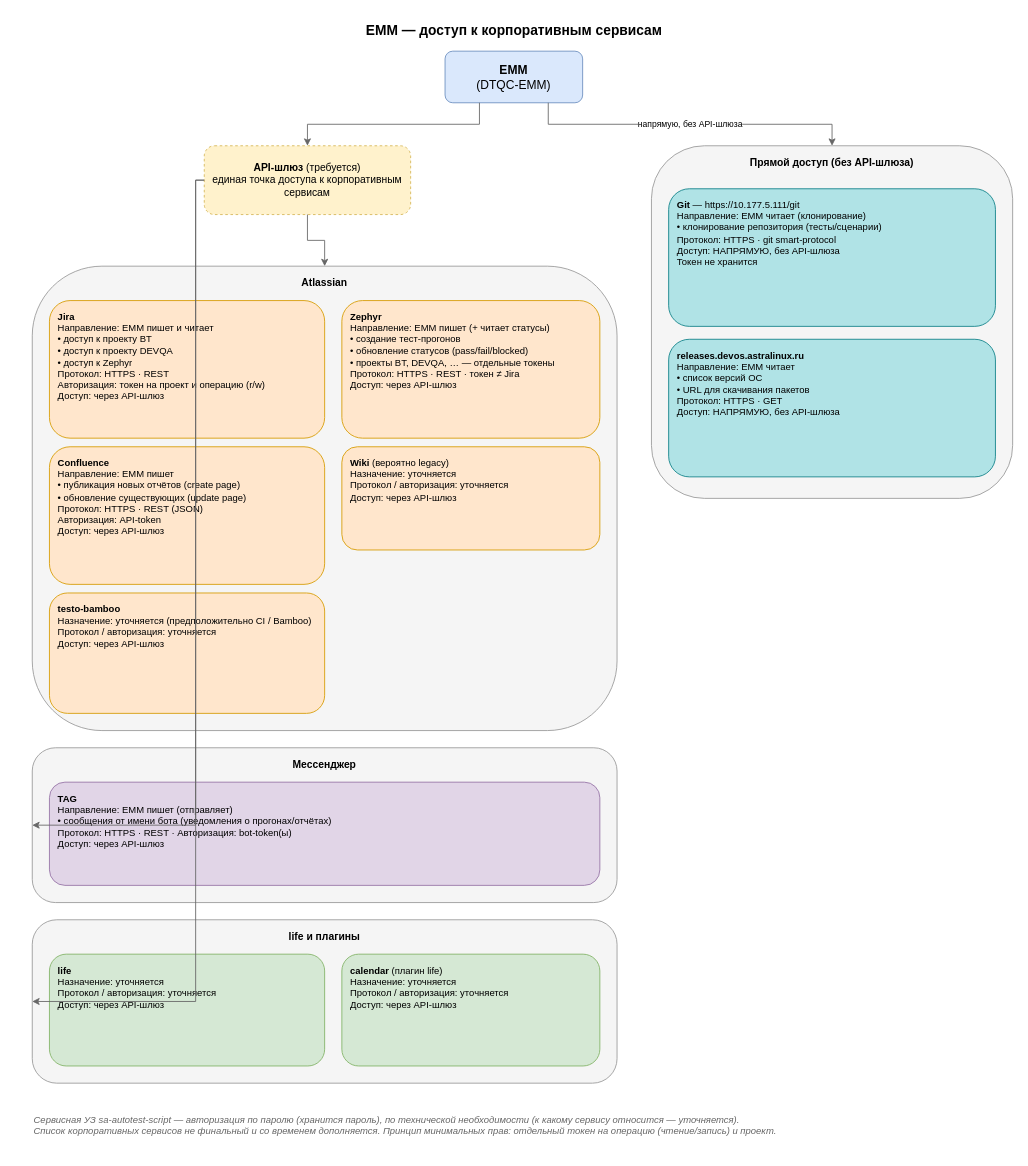
The draw.io diagram dbos_server_service/diagrams/external-integrations.drawio in N2OCaKeS/stress_test, before the edit. Source tidied: cells renumbered, new cells numbered last; positions are measured from the earlier drawing's top-left corner, leaving out a move shared by most shapes. Both pictures are drawn from the tidied source at 86%, with x=0, y=0 at pixel (15, 16).
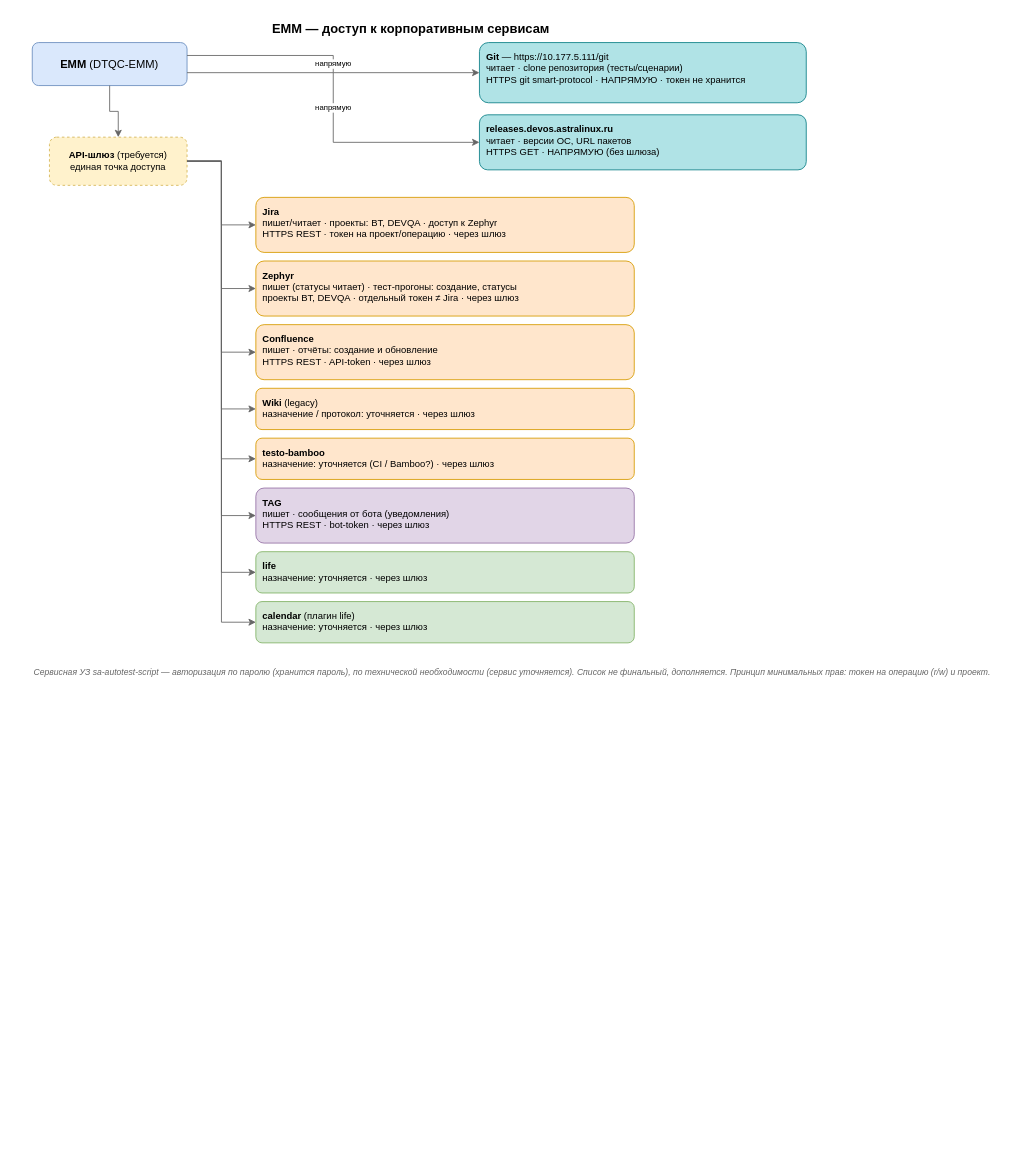
Above is the later version.

Commit message:
compact layout ordered by family color

Diff of the diagram source:
```diff
@@
-    <mxCell id="2" value="EMM — доступ к корпоративным сервисам" style="text;html=1;align=center;fontSize=16;fontStyle=1;" parent="1" vertex="1">
-      <mxGeometry width="1160" height="30" as="geometry" />
+    <mxCell id="2" value="EMM — доступ к корпоративным сервисам" style="text;html=1;align=center;fontSize=15;fontStyle=1;" parent="1" vertex="1">
+      <mxGeometry y="-2" width="920" height="24" as="geometry" />
     </mxCell>
-    <mxCell id="3" value="&lt;b&gt;EMM&lt;/b&gt;&lt;br&gt;(DTQC-EMM)" style="rounded=1;whiteSpace=wrap;html=1;fillColor=#dae8fc;strokeColor=#6c8ebf;fontSize=14;" parent="1" vertex="1">
-      <mxGeometry x="500" y="40" width="160" height="60" as="geometry" />
+    <mxCell id="3" value="&lt;b&gt;EMM&lt;/b&gt; (DTQC-EMM)" style="rounded=1;whiteSpace=wrap;html=1;fillColor=#dae8fc;strokeColor=#6c8ebf;fontSize=13;" parent="1" vertex="1">
+      <mxGeometry x="20" y="30" width="180" height="50" as="geometry" />
     </mxCell>
-    <mxCell id="4" value="&lt;b&gt;API-шлюз&lt;/b&gt; (требуется)&lt;br&gt;единая точка доступа к корпоративным сервисам" style="rounded=1;whiteSpace=wrap;html=1;fillColor=#fff2cc;strokeColor=#d6b656;dashed=1;fontSize=12;" parent="1" vertex="1">
-      <mxGeometry x="220" y="150" width="240" height="80" as="geometry" />
+    <mxCell id="4" value="&lt;b&gt;API-шлюз&lt;/b&gt; (требуется)&lt;br&gt;единая точка доступа" style="rounded=1;whiteSpace=wrap;html=1;fillColor=#fff2cc;strokeColor=#d6b656;dashed=1;fontSize=11;" parent="1" vertex="1">
+      <mxGeometry x="40" y="140" width="160" height="56" as="geometry" />
     </mxCell>
-    <mxCell id="5" value="Прямой доступ (без API-шлюза)" style="rounded=1;whiteSpace=wrap;html=1;fillColor=#f5f5f5;strokeColor=#999999;verticalAlign=top;align=center;fontStyle=1;spacingTop=6;" parent="1" vertex="1">
-      <mxGeometry x="740" y="150" width="420" height="410" as="geometry" />
-    </mxCell>
-    <mxCell id="6" value="&lt;b&gt;Git&lt;/b&gt; — https://10.177.5.111/git&lt;br&gt;Направление: EMM читает (клонирование)&lt;br&gt;• клонирование репозитория (тесты/сценарии)&lt;br&gt;Протокол: HTTPS · git smart-protocol&lt;br&gt;Доступ: НАПРЯМУЮ, без API-шлюза&lt;br&gt;Токен не хранится" style="rounded=1;whiteSpace=wrap;html=1;fillColor=#b0e3e6;strokeColor=#0e8088;align=left;verticalAlign=top;spacingLeft=8;spacingTop=6;fontSize=11;" parent="1" vertex="1">
-      <mxGeometry x="760" y="200" width="380" height="160" as="geometry" />
+    <mxCell id="6" value="&lt;b&gt;Git&lt;/b&gt; — https://10.177.5.111/git&lt;br&gt;читает · clone репозитория (тесты/сценарии)&lt;br&gt;HTTPS git smart-protocol · НАПРЯМУЮ · токен не хранится" style="rounded=1;whiteSpace=wrap;html=1;fillColor=#b0e3e6;strokeColor=#0e8088;align=left;verticalAlign=top;spacingLeft=6;spacingTop=4;fontSize=11;" parent="1" vertex="1">
+      <mxGeometry x="540" y="30" width="380" height="70" as="geometry" />
     </mxCell>
-    <mxCell id="7" value="&lt;b&gt;releases.devos.astralinux.ru&lt;/b&gt;&lt;br&gt;Направление: EMM читает&lt;br&gt;• список версий ОС&lt;br&gt;• URL для скачивания пакетов&lt;br&gt;Протокол: HTTPS · GET&lt;br&gt;Доступ: НАПРЯМУЮ, без API-шлюза" style="rounded=1;whiteSpace=wrap;html=1;fillColor=#b0e3e6;strokeColor=#0e8088;align=left;verticalAlign=top;spacingLeft=8;spacingTop=6;fontSize=11;" parent="1" vertex="1">
-      <mxGeometry x="760" y="375" width="380" height="160" as="geometry" />
+    <mxCell id="7" value="&lt;b&gt;releases.devos.astralinux.ru&lt;/b&gt;&lt;br&gt;читает · версии ОС, URL пакетов&lt;br&gt;HTTPS GET · НАПРЯМУЮ (без шлюза)" style="rounded=1;whiteSpace=wrap;html=1;fillColor=#b0e3e6;strokeColor=#0e8088;align=left;verticalAlign=top;spacingLeft=6;spacingTop=4;fontSize=11;" parent="1" vertex="1">
+      <mxGeometry x="540" y="114" width="380" height="64" as="geometry" />
     </mxCell>
-    <mxCell id="8" value="Atlassian" style="rounded=1;whiteSpace=wrap;html=1;fillColor=#f5f5f5;strokeColor=#999999;verticalAlign=top;align=center;fontStyle=1;spacingTop=6;" parent="1" vertex="1">
-      <mxGeometry x="20" y="290" width="680" height="540" as="geometry" />
-    </mxCell>
-    <mxCell id="9" value="&lt;b&gt;Jira&lt;/b&gt;&lt;br&gt;Направление: EMM пишет и читает&lt;br&gt;• доступ к проекту BT&lt;br&gt;• доступ к проекту DEVQA&lt;br&gt;• доступ к Zephyr&lt;br&gt;Протокол: HTTPS · REST&lt;br&gt;Авторизация: токен на проект и операцию (r/w)&lt;br&gt;Доступ: через API-шлюз" style="rounded=1;whiteSpace=wrap;html=1;fillColor=#ffe6cc;strokeColor=#d79b00;align=left;verticalAlign=top;spacingLeft=8;spacingTop=6;fontSize=11;" parent="1" vertex="1">
-      <mxGeometry x="40" y="330" width="320" height="160" as="geometry" />
+    <mxCell id="9" value="&lt;b&gt;Jira&lt;/b&gt;&lt;br&gt;пишет/читает · проекты: BT, DEVQA · доступ к Zephyr&lt;br&gt;HTTPS REST · токен на проект/операцию · через шлюз" style="rounded=1;whiteSpace=wrap;html=1;fillColor=#ffe6cc;strokeColor=#d79b00;align=left;verticalAlign=top;spacingLeft=6;spacingTop=4;fontSize=11;" parent="1" vertex="1">
+      <mxGeometry x="280" y="210" width="440" height="64" as="geometry" />
     </mxCell>
-    <mxCell id="10" value="&lt;b&gt;Zephyr&lt;/b&gt;&lt;br&gt;Направление: EMM пишет (+ читает статусы)&lt;br&gt;• создание тест-прогонов&lt;br&gt;• обновление статусов (pass/fail/blocked)&lt;br&gt;• проекты BT, DEVQA, … — отдельные токены&lt;br&gt;Протокол: HTTPS · REST · токен ≠ Jira&lt;br&gt;Доступ: через API-шлюз" style="rounded=1;whiteSpace=wrap;html=1;fillColor=#ffe6cc;strokeColor=#d79b00;align=left;verticalAlign=top;spacingLeft=8;spacingTop=6;fontSize=11;" parent="1" vertex="1">
-      <mxGeometry x="380" y="330" width="300" height="160" as="geometry" />
+    <mxCell id="10" value="&lt;b&gt;Zephyr&lt;/b&gt;&lt;br&gt;пишет (статусы читает) · тест-прогоны: создание, статусы&lt;br&gt;проекты BT, DEVQA · отдельный токен ≠ Jira · через шлюз" style="rounded=1;whiteSpace=wrap;html=1;fillColor=#ffe6cc;strokeColor=#d79b00;align=left;verticalAlign=top;spacingLeft=6;spacingTop=4;fontSize=11;" parent="1" vertex="1">
+      <mxGeometry x="280" y="284" width="440" height="64" as="geometry" />
     </mxCell>
-    <mxCell id="11" value="&lt;b&gt;Confluence&lt;/b&gt;&lt;br&gt;Направление: EMM пишет&lt;br&gt;• публикация новых отчётов (create page)&lt;br&gt;• обновление существующих (update page)&lt;br&gt;Протокол: HTTPS · REST (JSON)&lt;br&gt;Авторизация: API-token&lt;br&gt;Доступ: через API-шлюз" style="rounded=1;whiteSpace=wrap;html=1;fillColor=#ffe6cc;strokeColor=#d79b00;align=left;verticalAlign=top;spacingLeft=8;spacingTop=6;fontSize=11;" parent="1" vertex="1">
-      <mxGeometry x="40" y="500" width="320" height="160" as="geometry" />
+    <mxCell id="11" value="&lt;b&gt;Confluence&lt;/b&gt;&lt;br&gt;пишет · отчёты: создание и обновление&lt;br&gt;HTTPS REST · API-token · через шлюз" style="rounded=1;whiteSpace=wrap;html=1;fillColor=#ffe6cc;strokeColor=#d79b00;align=left;verticalAlign=top;spacingLeft=6;spacingTop=4;fontSize=11;" parent="1" vertex="1">
+      <mxGeometry x="280" y="358" width="440" height="64" as="geometry" />
     </mxCell>
-    <mxCell id="12" value="&lt;b&gt;Wiki&lt;/b&gt; (вероятно legacy)&lt;br&gt;Назначение: уточняется&lt;br&gt;Протокол / авторизация: уточняется&lt;br&gt;Доступ: через API-шлюз" style="rounded=1;whiteSpace=wrap;html=1;fillColor=#ffe6cc;strokeColor=#d79b00;align=left;verticalAlign=top;spacingLeft=8;spacingTop=6;fontSize=11;" parent="1" vertex="1">
-      <mxGeometry x="380" y="500" width="300" height="120" as="geometry" />
+    <mxCell id="12" value="&lt;b&gt;Wiki&lt;/b&gt; (legacy)&lt;br&gt;назначение / протокол: уточняется · через шлюз" style="rounded=1;whiteSpace=wrap;html=1;fillColor=#ffe6cc;strokeColor=#d79b00;align=left;verticalAlign=top;spacingLeft=6;spacingTop=4;fontSize=11;" parent="1" vertex="1">
+      <mxGeometry x="280" y="432" width="440" height="48" as="geometry" />
     </mxCell>
-    <mxCell id="13" value="&lt;b&gt;testo-bamboo&lt;/b&gt;&lt;br&gt;Назначение: уточняется (предположительно CI / Bamboo)&lt;br&gt;Протокол / авторизация: уточняется&lt;br&gt;Доступ: через API-шлюз" style="rounded=1;whiteSpace=wrap;html=1;fillColor=#ffe6cc;strokeColor=#d79b00;align=left;verticalAlign=top;spacingLeft=8;spacingTop=6;fontSize=11;" parent="1" vertex="1">
-      <mxGeometry x="40" y="670" width="320" height="140" as="geometry" />
+    <mxCell id="13" value="&lt;b&gt;testo-bamboo&lt;/b&gt;&lt;br&gt;назначение: уточняется (CI / Bamboo?) · через шлюз" style="rounded=1;whiteSpace=wrap;html=1;fillColor=#ffe6cc;strokeColor=#d79b00;align=left;verticalAlign=top;spacingLeft=6;spacingTop=4;fontSize=11;" parent="1" vertex="1">
+      <mxGeometry x="280" y="490" width="440" height="48" as="geometry" />
     </mxCell>
-    <mxCell id="14" value="Мессенджер" style="rounded=1;whiteSpace=wrap;html=1;fillColor=#f5f5f5;strokeColor=#999999;verticalAlign=top;align=center;fontStyle=1;spacingTop=6;" parent="1" vertex="1">
-      <mxGeometry x="20" y="850" width="680" height="180" as="geometry" />
-    </mxCell>
-    <mxCell id="15" value="&lt;b&gt;TAG&lt;/b&gt;&lt;br&gt;Направление: EMM пишет (отправляет)&lt;br&gt;• сообщения от имени бота (уведомления о прогонах/отчётах)&lt;br&gt;Протокол: HTTPS · REST · Авторизация: bot-token(ы)&lt;br&gt;Доступ: через API-шлюз" style="rounded=1;whiteSpace=wrap;html=1;fillColor=#e1d5e7;strokeColor=#9673a6;align=left;verticalAlign=top;spacingLeft=8;spacingTop=6;fontSize=11;" parent="1" vertex="1">
-      <mxGeometry x="40" y="890" width="640" height="120" as="geometry" />
+    <mxCell id="15" value="&lt;b&gt;TAG&lt;/b&gt;&lt;br&gt;пишет · сообщения от бота (уведомления)&lt;br&gt;HTTPS REST · bot-token · через шлюз" style="rounded=1;whiteSpace=wrap;html=1;fillColor=#e1d5e7;strokeColor=#9673a6;align=left;verticalAlign=top;spacingLeft=6;spacingTop=4;fontSize=11;" parent="1" vertex="1">
+      <mxGeometry x="280" y="548" width="440" height="64" as="geometry" />
     </mxCell>
-    <mxCell id="16" value="life и плагины" style="rounded=1;whiteSpace=wrap;html=1;fillColor=#f5f5f5;strokeColor=#999999;verticalAlign=top;align=center;fontStyle=1;spacingTop=6;" parent="1" vertex="1">
-      <mxGeometry x="20" y="1050" width="680" height="190" as="geometry" />
-    </mxCell>
-    <mxCell id="17" value="&lt;b&gt;life&lt;/b&gt;&lt;br&gt;Назначение: уточняется&lt;br&gt;Протокол / авторизация: уточняется&lt;br&gt;Доступ: через API-шлюз" style="rounded=1;whiteSpace=wrap;html=1;fillColor=#d5e8d4;strokeColor=#82b366;align=left;verticalAlign=top;spacingLeft=8;spacingTop=6;fontSize=11;" parent="1" vertex="1">
-      <mxGeometry x="40" y="1090" width="320" height="130" as="geometry" />
+    <mxCell id="17" value="&lt;b&gt;life&lt;/b&gt;&lt;br&gt;назначение: уточняется · через шлюз" style="rounded=1;whiteSpace=wrap;html=1;fillColor=#d5e8d4;strokeColor=#82b366;align=left;verticalAlign=top;spacingLeft=6;spacingTop=4;fontSize=11;" parent="1" vertex="1">
+      <mxGeometry x="280" y="622" width="440" height="48" as="geometry" />
     </mxCell>
-    <mxCell id="18" value="&lt;b&gt;calendar&lt;/b&gt; (плагин life)&lt;br&gt;Назначение: уточняется&lt;br&gt;Протокол / авторизация: уточняется&lt;br&gt;Доступ: через API-шлюз" style="rounded=1;whiteSpace=wrap;html=1;fillColor=#d5e8d4;strokeColor=#82b366;align=left;verticalAlign=top;spacingLeft=8;spacingTop=6;fontSize=11;" parent="1" vertex="1">
-      <mxGeometry x="380" y="1090" width="300" height="130" as="geometry" />
+    <mxCell id="18" value="&lt;b&gt;calendar&lt;/b&gt; (плагин life)&lt;br&gt;назначение: уточняется · через шлюз" style="rounded=1;whiteSpace=wrap;html=1;fillColor=#d5e8d4;strokeColor=#82b366;align=left;verticalAlign=top;spacingLeft=6;spacingTop=4;fontSize=11;" parent="1" vertex="1">
+      <mxGeometry x="280" y="680" width="440" height="48" as="geometry" />
     </mxCell>
-    <mxCell id="19" value="Сервисная УЗ sa-autotest-script — авторизация по паролю (хранится пароль), по технической необходимости (к какому сервису относится — уточняется).&#10;Список корпоративных сервисов не финальный и со временем дополняется. Принцип минимальных прав: отдельный токен на операцию (чтение/запись) и проект." style="text;html=1;align=left;fontSize=11;fontStyle=2;fontColor=#666666;" parent="1" vertex="1">
-      <mxGeometry x="20" y="1270" width="1140" height="50" as="geometry" />
+    <mxCell id="19" value="Сервисная УЗ sa-autotest-script — авторизация по паролю (хранится пароль), по технической необходимости (сервис уточняется). Список не финальный, дополняется. Принцип минимальных прав: токен на операцию (r/w) и проект." style="text;html=1;align=left;fontSize=10;fontStyle=2;fontColor=#666666;" parent="1" vertex="1">
+      <mxGeometry x="20" y="750" width="900" height="40" as="geometry" />
     </mxCell>
-    <mxCell id="20" style="edgeStyle=orthogonalEdgeStyle;rounded=0;html=1;exitX=0.25;exitY=1;exitDx=0;exitDy=0;entryX=0.5;entryY=0;entryDx=0;entryDy=0;strokeColor=#666666;" parent="1" edge="1" source="3" target="4">
+    <mxCell id="20" style="edgeStyle=orthogonalEdgeStyle;rounded=0;html=1;exitX=0.5;exitY=1;exitDx=0;exitDy=0;entryX=0.5;entryY=0;entryDx=0;entryDy=0;strokeColor=#666666;" parent="1" edge="1" source="3" target="4">
       <mxGeometry relative="1" as="geometry" />
     </mxCell>
-    <mxCell id="21" value="напрямую, без API-шлюза" style="edgeStyle=orthogonalEdgeStyle;rounded=0;html=1;exitX=0.75;exitY=1;exitDx=0;exitDy=0;entryX=0.5;entryY=0;entryDx=0;entryDy=0;strokeColor=#666666;fontSize=10;" parent="1" edge="1" source="3" target="5">
-      <mxGeometry relative="1" as="geometry" />
-    </mxCell>
-    <mxCell id="22" style="edgeStyle=orthogonalEdgeStyle;rounded=0;html=1;exitX=0.5;exitY=1;exitDx=0;exitDy=0;entryX=0.5;entryY=0;entryDx=0;entryDy=0;strokeColor=#666666;" parent="1" edge="1" source="4" target="8">
-      <mxGeometry relative="1" as="geometry" />
-    </mxCell>
-    <mxCell id="23" style="edgeStyle=orthogonalEdgeStyle;rounded=0;html=1;exitX=0;exitY=0.5;exitDx=0;exitDy=0;entryX=0;entryY=0.5;entryDx=0;entryDy=0;strokeColor=#666666;" parent="1" edge="1" source="4" target="14">
-      <mxGeometry relative="1" as="geometry" />
-    </mxCell>
-    <mxCell id="24" style="edgeStyle=orthogonalEdgeStyle;rounded=0;html=1;exitX=0;exitY=0.5;exitDx=0;exitDy=0;entryX=0;entryY=0.5;entryDx=0;entryDy=0;strokeColor=#666666;" parent="1" edge="1" source="4" target="16">
-      <mxGeometry relative="1" as="geometry" />
-    </mxCell>
+    <mxCell id="25" value="напрямую" style="edgeStyle=orthogonalEdgeStyle;rounded=0;html=1;exitX=1;exitY=0.3;exitDx=0;exitDy=0;entryX=0;entryY=0.5;entryDx=0;entryDy=0;strokeColor=#666666;fontSize=9;" parent="1" edge="1" source="3" target="6">
+      <mxGeometry relative="1" as="geometry" />
+    </mxCell>
+    <mxCell id="26" value="напрямую" style="edgeStyle=orthogonalEdgeStyle;rounded=0;html=1;exitX=1;exitY=0.7;exitDx=0;exitDy=0;entryX=0;entryY=0.5;entryDx=0;entryDy=0;strokeColor=#666666;fontSize=9;" parent="1" edge="1" source="3" target="7">
+      <mxGeometry relative="1" as="geometry" />
+    </mxCell>
+    <mxCell id="27" style="edgeStyle=orthogonalEdgeStyle;rounded=0;html=1;exitX=1;exitY=0.5;exitDx=0;exitDy=0;entryX=0;entryY=0.5;entryDx=0;entryDy=0;strokeColor=#666666;" parent="1" edge="1" source="4" target="9">
+      <mxGeometry relative="1" as="geometry" />
+    </mxCell>
+    <mxCell id="28" style="edgeStyle=orthogonalEdgeStyle;rounded=0;html=1;exitX=1;exitY=0.5;exitDx=0;exitDy=0;entryX=0;entryY=0.5;entryDx=0;entryDy=0;strokeColor=#666666;" parent="1" edge="1" source="4" target="10">
+      <mxGeometry relative="1" as="geometry" />
+    </mxCell>
+    <mxCell id="29" style="edgeStyle=orthogonalEdgeStyle;rounded=0;html=1;exitX=1;exitY=0.5;exitDx=0;exitDy=0;entryX=0;entryY=0.5;entryDx=0;entryDy=0;strokeColor=#666666;" parent="1" edge="1" source="4" target="11">
+      <mxGeometry relative="1" as="geometry" />
+    </mxCell>
+    <mxCell id="30" style="edgeStyle=orthogonalEdgeStyle;rounded=0;html=1;exitX=1;exitY=0.5;exitDx=0;exitDy=0;entryX=0;entryY=0.5;entryDx=0;entryDy=0;strokeColor=#666666;" parent="1" edge="1" source="4" target="12">
+      <mxGeometry relative="1" as="geometry" />
+    </mxCell>
+    <mxCell id="31" style="edgeStyle=orthogonalEdgeStyle;rounded=0;html=1;exitX=1;exitY=0.5;exitDx=0;exitDy=0;entryX=0;entryY=0.5;entryDx=0;entryDy=0;strokeColor=#666666;" parent="1" edge="1" source="4" target="13">
+      <mxGeometry relative="1" as="geometry" />
+    </mxCell>
+    <mxCell id="32" style="edgeStyle=orthogonalEdgeStyle;rounded=0;html=1;exitX=1;exitY=0.5;exitDx=0;exitDy=0;entryX=0;entryY=0.5;entryDx=0;entryDy=0;strokeColor=#666666;" parent="1" edge="1" source="4" target="15">
+      <mxGeometry relative="1" as="geometry" />
+    </mxCell>
+    <mxCell id="33" style="edgeStyle=orthogonalEdgeStyle;rounded=0;html=1;exitX=1;exitY=0.5;exitDx=0;exitDy=0;entryX=0;entryY=0.5;entryDx=0;entryDy=0;strokeColor=#666666;" parent="1" edge="1" source="4" target="17">
+      <mxGeometry relative="1" as="geometry" />
+    </mxCell>
+    <mxCell id="34" style="edgeStyle=orthogonalEdgeStyle;rounded=0;html=1;exitX=1;exitY=0.5;exitDx=0;exitDy=0;entryX=0;entryY=0.5;entryDx=0;entryDy=0;strokeColor=#666666;" parent="1" edge="1" source="4" target="18">
+      <mxGeometry relative="1" as="geometry" />
+    </mxCell>
```
